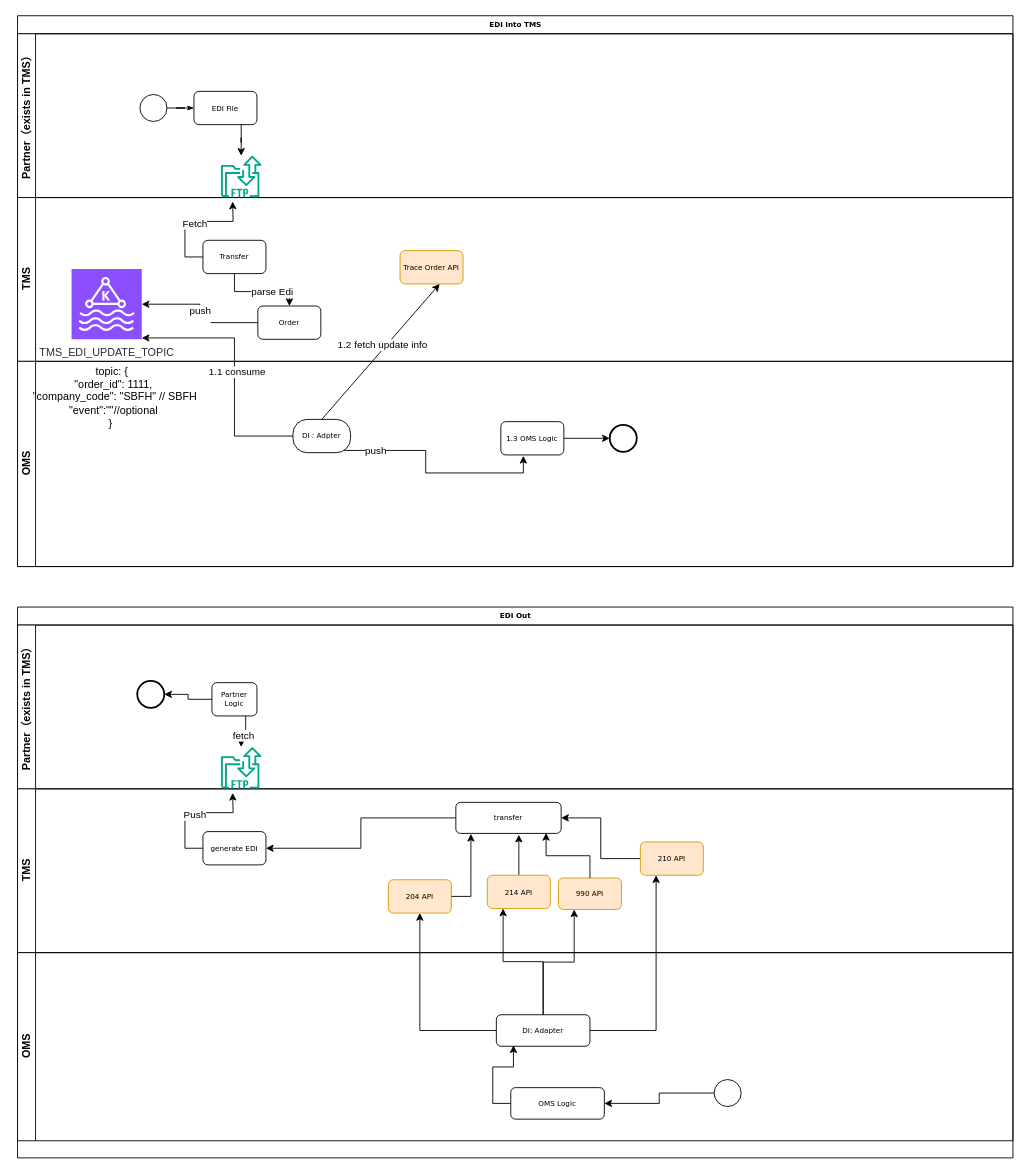
Above: public-module/edi/Untitled Diagram.drawio in 316189693/drawio (draw.io), before the change. Source tidied: cells renumbered, new cells numbered last; positions are measured from the earlier drawing's top-left corner, leaving out a move shared by most shapes. Both pictures are drawn from the tidied source at 90%, with x=0, y=0 at pixel (15, 15).
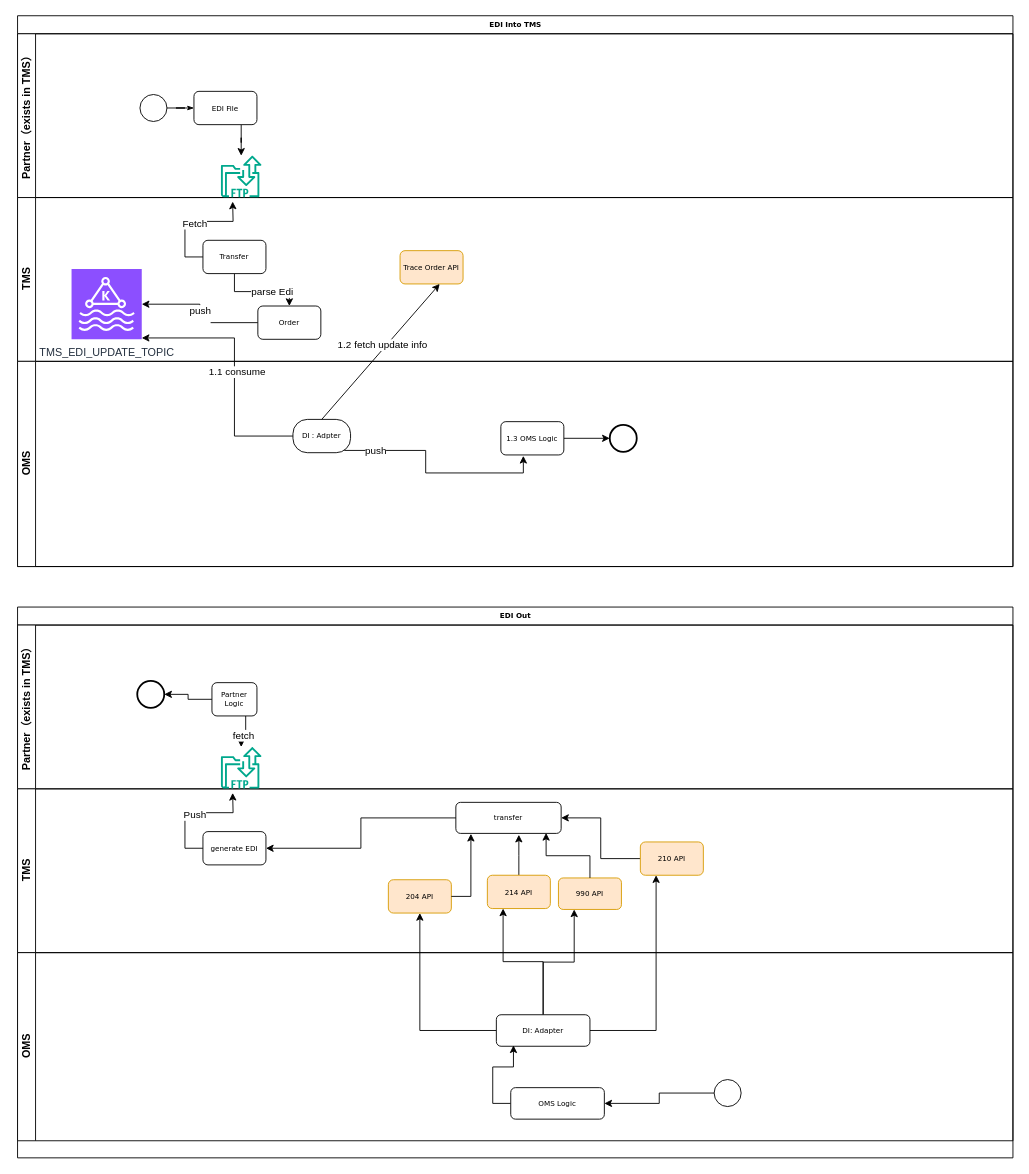
Above is the later version.

Unchanged cells that the change refers to:
```xml
<mxCell id="12" value="OMS" style="swimlane;html=1;startSize=20;horizontal=0;" parent="2" vertex="1">
  <mxGeometry y="384" width="1106" height="228" as="geometry" />
</mxCell>
```

The edit, as a diff of the source:
```diff
@@
-    <mxCell id="25" value="&lt;div&gt;&amp;nbsp;topic: {&lt;/div&gt;&lt;div&gt;&amp;nbsp; &quot;order_id&quot;: 1111,&lt;/div&gt;&lt;div&gt;&amp;nbsp; &amp;nbsp;&quot;company_code&quot;: &quot;SBFH&quot; // SBFH&lt;/div&gt;&lt;div&gt;&amp;nbsp; &amp;nbsp;&quot;event&quot;:&quot;&quot;//optional&amp;nbsp;&lt;/div&gt;&lt;div&gt;}&lt;/div&gt;" style="text;html=1;align=center;verticalAlign=middle;strokeColor=none;fillColor=none;" parent="12" vertex="1">
-      <mxGeometry x="-2" y="-2" width="210" height="84" as="geometry" />
-    </mxCell>
```
